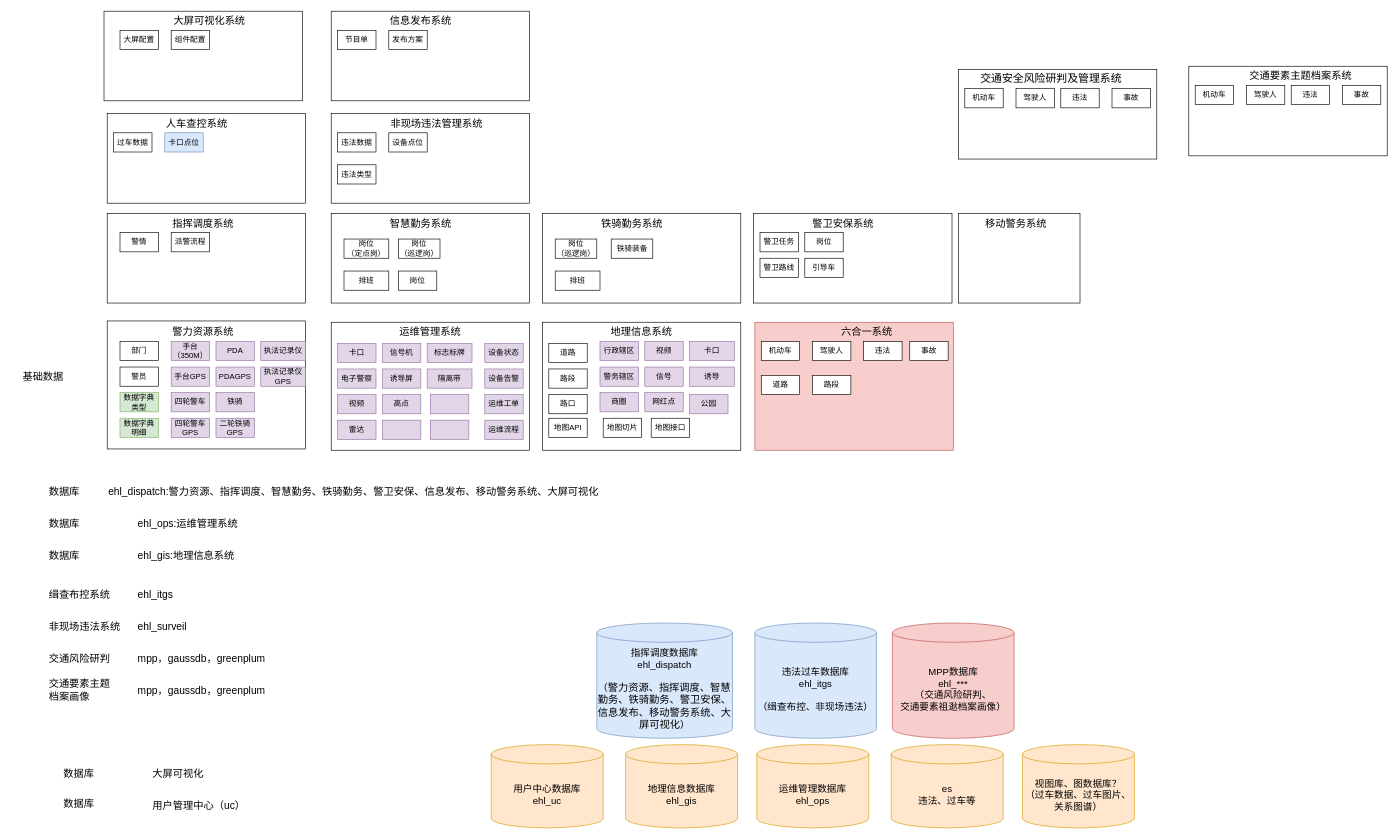
bj-ehualu/drawio keeps this draw.io diagram as page "架构图" (2 of 3) of 未命名绘图.drawio. Above is the earlier version. Source tidied: cells renumbered, new cells numbered last; positions are measured from the earlier drawing's top-left corner, leaving out a move shared by most shapes. Both pictures are drawn from the tidied source at 64%, with x=0, y=0 at pixel (11, 11).
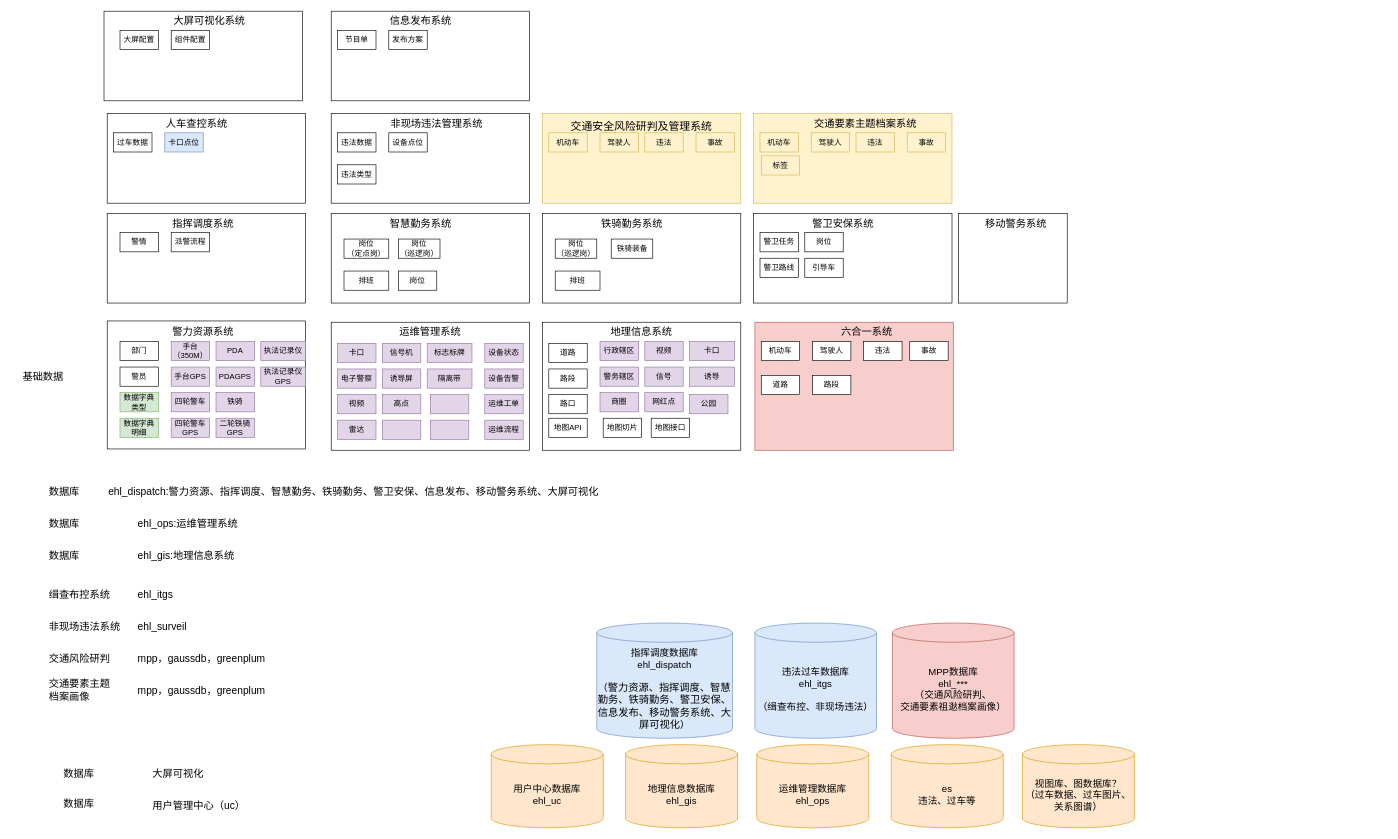
The same diagram, later.

Commit message (it also covers changes not shown here):
更新未命名绘图.drawio

What changed in the source:
```diff
@@
-    <mxCell id="72" style="rounded=0;whiteSpace=wrap;html=1;" parent="1" vertex="1">
-      <mxGeometry x="1840" y="86" width="310" height="140" as="geometry" />
+    <mxCell id="72" style="rounded=0;whiteSpace=wrap;html=1;fillColor=#fff2cc;strokeColor=#d6b656;" parent="1" vertex="1">
+      <mxGeometry x="1160" y="160" width="310" height="140" as="geometry" />
     </mxCell>
-    <mxCell id="73" value="交通要素主题档案系统" style="text;html=1;align=center;verticalAlign=middle;whiteSpace=wrap;rounded=0;fontSize=16;" parent="1" vertex="1">
-      <mxGeometry x="1930" y="86" width="170" height="30" as="geometry" />
+    <mxCell id="73" value="交通要素主题档案系统" style="text;html=1;align=center;verticalAlign=middle;whiteSpace=wrap;rounded=0;fontSize=16;fillColor=none;strokeColor=none;" parent="1" vertex="1">
+      <mxGeometry x="1250" y="160" width="170" height="30" as="geometry" />
     </mxCell>
-    <mxCell id="74" value="机动车" style="rounded=0;whiteSpace=wrap;html=1;" parent="1" vertex="1">
-      <mxGeometry x="1850" y="116" width="60" height="30" as="geometry" />
+    <mxCell id="74" value="机动车" style="rounded=0;whiteSpace=wrap;html=1;fillColor=#fff2cc;strokeColor=#d6b656;" parent="1" vertex="1">
+      <mxGeometry x="1170" y="190" width="60" height="30" as="geometry" />
     </mxCell>
-    <mxCell id="75" value="驾驶人" style="rounded=0;whiteSpace=wrap;html=1;" parent="1" vertex="1">
-      <mxGeometry x="1930" y="116" width="60" height="30" as="geometry" />
+    <mxCell id="75" value="驾驶人" style="rounded=0;whiteSpace=wrap;html=1;fillColor=#fff2cc;strokeColor=#d6b656;" parent="1" vertex="1">
+      <mxGeometry x="1250" y="190" width="60" height="30" as="geometry" />
     </mxCell>
@@
-    <mxCell id="81" value="违法" style="rounded=0;whiteSpace=wrap;html=1;" parent="1" vertex="1">
-      <mxGeometry x="2000" y="116" width="60" height="30" as="geometry" />
+    <mxCell id="81" value="违法" style="rounded=0;whiteSpace=wrap;html=1;fillColor=#fff2cc;strokeColor=#d6b656;" parent="1" vertex="1">
+      <mxGeometry x="1320" y="190" width="60" height="30" as="geometry" />
     </mxCell>
-    <mxCell id="82" value="事故" style="rounded=0;whiteSpace=wrap;html=1;" parent="1" vertex="1">
-      <mxGeometry x="2080" y="116" width="60" height="30" as="geometry" />
+    <mxCell id="82" value="事故" style="rounded=0;whiteSpace=wrap;html=1;fillColor=#fff2cc;strokeColor=#d6b656;" parent="1" vertex="1">
+      <mxGeometry x="1400" y="190" width="60" height="30" as="geometry" />
     </mxCell>
@@
-    <mxCell id="91" style="rounded=0;whiteSpace=wrap;html=1;" parent="1" vertex="1">
-      <mxGeometry x="1480" y="91" width="310" height="140" as="geometry" />
+    <mxCell id="91" style="rounded=0;whiteSpace=wrap;html=1;fillColor=#fff2cc;strokeColor=#d6b656;" parent="1" vertex="1">
+      <mxGeometry x="830" y="160" width="310" height="140" as="geometry" />
     </mxCell>
-    <mxCell id="92" value="&lt;span style=&quot;font-size: 17px; background-color: rgb(251, 251, 251);&quot;&gt;交通安全风险研判及管理系统&lt;/span&gt;" style="text;html=1;align=center;verticalAlign=middle;whiteSpace=wrap;rounded=0;fontSize=17;" parent="1" vertex="1">
-      <mxGeometry x="1510" y="91" width="230" height="30" as="geometry" />
+    <mxCell id="92" value="&lt;span style=&quot;font-size: 17px;&quot;&gt;交通安全风险研判及管理系统&lt;/span&gt;" style="text;html=1;align=center;verticalAlign=middle;whiteSpace=wrap;rounded=0;fontSize=17;fillColor=none;strokeColor=none;labelBackgroundColor=none;labelBorderColor=none;" parent="1" vertex="1">
+      <mxGeometry x="870" y="166" width="230" height="30" as="geometry" />
     </mxCell>
-    <mxCell id="93" value="机动车" style="rounded=0;whiteSpace=wrap;html=1;" parent="1" vertex="1">
-      <mxGeometry x="1490" y="121" width="60" height="30" as="geometry" />
+    <mxCell id="93" value="机动车" style="rounded=0;whiteSpace=wrap;html=1;fillColor=#fff2cc;strokeColor=#d6b656;" parent="1" vertex="1">
+      <mxGeometry x="840" y="190" width="60" height="30" as="geometry" />
     </mxCell>
-    <mxCell id="94" value="驾驶人" style="rounded=0;whiteSpace=wrap;html=1;" parent="1" vertex="1">
-      <mxGeometry x="1570" y="121" width="60" height="30" as="geometry" />
+    <mxCell id="94" value="驾驶人" style="rounded=0;whiteSpace=wrap;html=1;fillColor=#fff2cc;strokeColor=#d6b656;" parent="1" vertex="1">
+      <mxGeometry x="920" y="190" width="60" height="30" as="geometry" />
     </mxCell>
-    <mxCell id="95" value="违法" style="rounded=0;whiteSpace=wrap;html=1;" parent="1" vertex="1">
-      <mxGeometry x="1640" y="121" width="60" height="30" as="geometry" />
+    <mxCell id="95" value="违法" style="rounded=0;whiteSpace=wrap;html=1;fillColor=#fff2cc;strokeColor=#d6b656;" parent="1" vertex="1">
+      <mxGeometry x="990" y="190" width="60" height="30" as="geometry" />
     </mxCell>
-    <mxCell id="96" value="事故" style="rounded=0;whiteSpace=wrap;html=1;" parent="1" vertex="1">
-      <mxGeometry x="1720" y="121" width="60" height="30" as="geometry" />
+    <mxCell id="96" value="事故" style="rounded=0;whiteSpace=wrap;html=1;fillColor=#fff2cc;strokeColor=#d6b656;" parent="1" vertex="1">
+      <mxGeometry x="1070" y="190" width="60" height="30" as="geometry" />
     </mxCell>
@@
     <mxCell id="126" style="rounded=0;whiteSpace=wrap;html=1;" parent="1" vertex="1">
-      <mxGeometry x="1480" y="316" width="190" height="140" as="geometry" />
+      <mxGeometry x="1480" y="316" width="170" height="140" as="geometry" />
     </mxCell>
@@
+    <mxCell id="140" value="标签" style="rounded=0;whiteSpace=wrap;html=1;fillColor=#fff2cc;strokeColor=#d6b656;" parent="1" vertex="1">
+      <mxGeometry x="1172" y="226" width="60" height="30" as="geometry" />
+    </mxCell>
```
